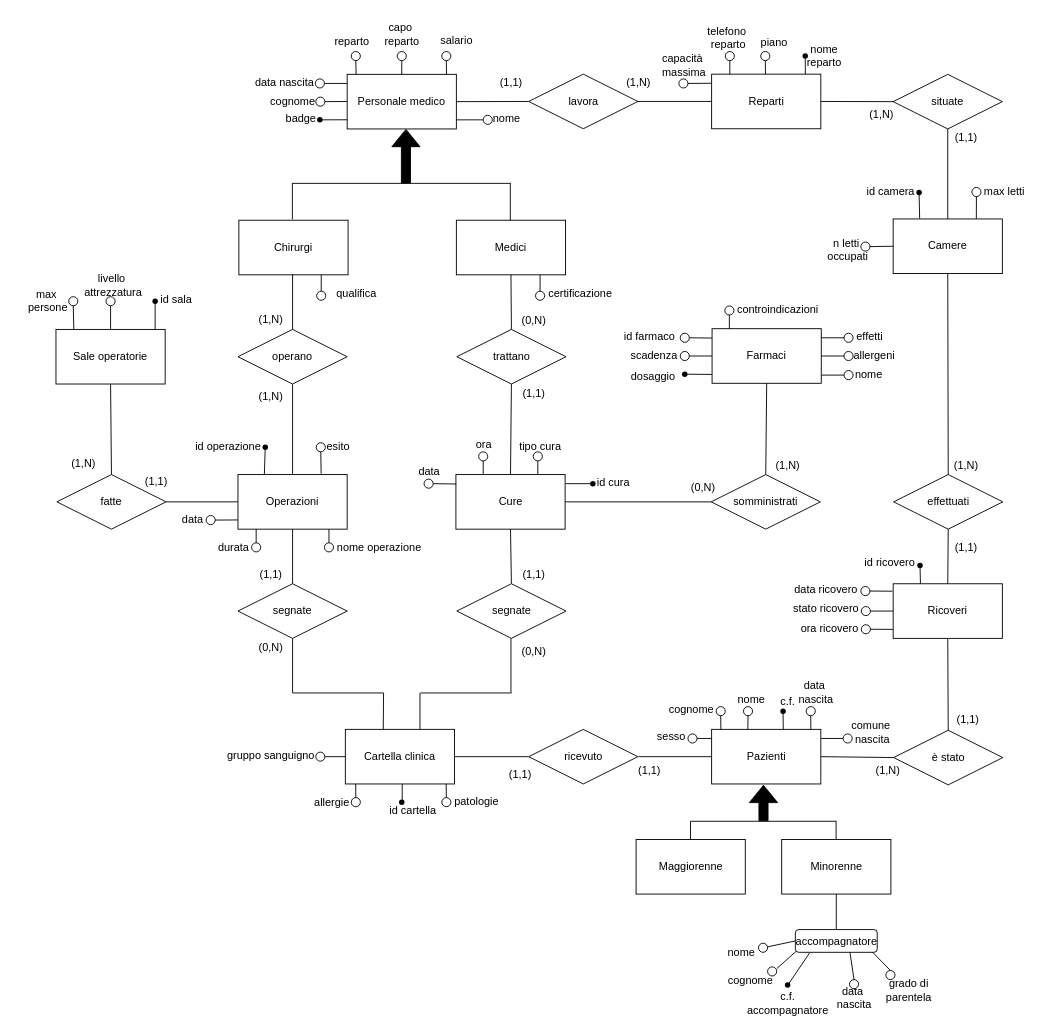
The draw.io diagram ER-conc.drawio in MicheleDioli/UniPD-database-project-2024, before the edit. Source tidied: cells renumbered, new cells numbered last; positions are measured from the earlier drawing's top-left corner, leaving out a move shared by most shapes. Both pictures are drawn from the tidied source at 91%, with x=0, y=0 at pixel (15, 15).
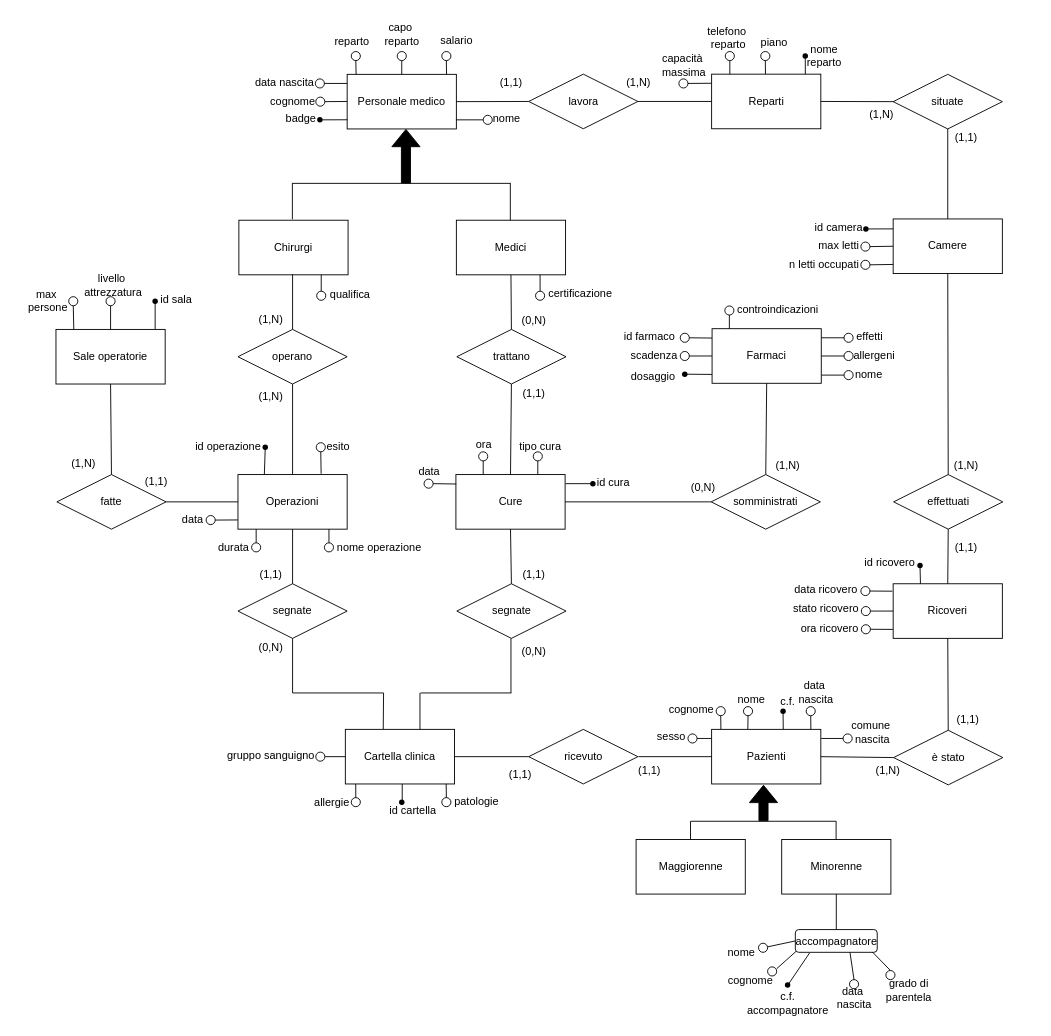
The same diagram, later.

The change refers to these unchanged cells:
```xml
<mxCell id="9" value="Camere" style="rounded=0;whiteSpace=wrap;html=1;" parent="1" vertex="1">
  <mxGeometry x="964" y="223.1" width="120" height="60" as="geometry" />
</mxCell>
```

Diff of the diagram source:
```diff
@@
     <mxCell id="27" value="id camera" style="text;html=1;align=center;verticalAlign=middle;strokeColor=none;fillColor=none;" parent="1" vertex="1">
-      <mxGeometry x="921" y="177.5" width="80" height="30" as="geometry" />
+      <mxGeometry x="863.5" y="218.1" width="80" height="30" as="geometry" />
     </mxCell>
-    <mxCell id="28" value="n letti&amp;nbsp;&lt;div&gt;occupati&lt;/div&gt;" style="text;html=1;align=center;verticalAlign=middle;strokeColor=none;fillColor=none;" parent="1" vertex="1">
-      <mxGeometry x="879" y="236.5" width="70" height="40" as="geometry" />
+    <mxCell id="28" value="n letti occupati" style="text;html=1;align=center;verticalAlign=middle;strokeColor=none;fillColor=none;" parent="1" vertex="1">
+      <mxGeometry x="838" y="258.5" width="100" height="30" as="geometry" />
     </mxCell>
@@
     <mxCell id="53" style="ellipse;whiteSpace=wrap;html=1;" parent="1" vertex="1">
-      <mxGeometry x="928.5" y="248.5" width="10" height="10" as="geometry" />
+      <mxGeometry x="928.5" y="268.5" width="10" height="10" as="geometry" />
     </mxCell>
@@
     <mxCell id="93" value="max letti" style="text;html=1;align=center;verticalAlign=middle;strokeColor=none;fillColor=none;" parent="1" vertex="1">
-      <mxGeometry x="1050.5" y="177.5" width="70" height="30" as="geometry" />
+      <mxGeometry x="869" y="238.1" width="70" height="30" as="geometry" />
     </mxCell>
@@
     <mxCell id="113" value="qualifica" style="text;html=1;align=center;verticalAlign=middle;strokeColor=none;fillColor=none;" parent="1" vertex="1">
-      <mxGeometry x="338.5" y="290" width="70" height="30" as="geometry" />
+      <mxGeometry x="331.5" y="291" width="70" height="30" as="geometry" />
     </mxCell>
@@
     <mxCell id="212" style="ellipse;whiteSpace=wrap;html=1;" parent="1" vertex="1">
-      <mxGeometry x="1050.5" y="188.5" width="10" height="10" as="geometry" />
+      <mxGeometry x="928.5" y="248.5" width="10" height="10" as="geometry" />
     </mxCell>
     <mxCell id="213" style="shape=waypoint;sketch=0;fillStyle=solid;size=6;points=[];fillColor=none;perimeter=centerPerimeter;snapToPoint=1;" parent="1" vertex="1">
-      <mxGeometry x="982.5" y="184" width="20" height="20" as="geometry" />
+      <mxGeometry x="924" y="224.1" width="20" height="20" as="geometry" />
     </mxCell>
-    <mxCell id="214" style="endArrow=none;html=1;rounded=0;exitX=0;exitY=0.5;exitDx=0;exitDy=0;entryX=1;entryY=0.5;entryDx=0;entryDy=0;" parent="1" edge="1" source="9" target="53">
-      <mxGeometry relative="1" as="geometry" />
+    <mxCell id="214" style="endArrow=none;html=1;rounded=0;exitX=0;exitY=0.5;exitDx=0;exitDy=0;entryX=1;entryY=0.5;entryDx=0;entryDy=0;" parent="1" edge="1" target="53">
+      <mxGeometry relative="1" as="geometry">
+        <mxPoint x="964" y="273.1" as="sourcePoint" />
+      </mxGeometry>
     </mxCell>
-    <mxCell id="215" style="endArrow=none;html=1;rounded=0;exitX=0.093;exitY=-0.008;exitDx=0;exitDy=0;entryX=0.604;entryY=0.415;entryDx=0;entryDy=0;entryPerimeter=0;exitPerimeter=0;" parent="1" edge="1" target="213">
-      <mxGeometry relative="1" as="geometry">
-        <mxPoint x="993.1" y="222.6" as="sourcePoint" />
-      </mxGeometry>
-    </mxCell>
-    <mxCell id="216" style="endArrow=none;html=1;rounded=0;exitX=0.912;exitY=-0.002;exitDx=0;exitDy=0;exitPerimeter=0;entryX=0.5;entryY=1;entryDx=0;entryDy=0;" parent="1" edge="1" target="212">
-      <mxGeometry relative="1" as="geometry">
-        <mxPoint x="1055.4" y="223" as="sourcePoint" />
-      </mxGeometry>
+    <mxCell id="216" style="endArrow=none;html=1;rounded=0;exitX=0;exitY=0.5;exitDx=0;exitDy=0;entryX=1;entryY=0.5;entryDx=0;entryDy=0;" parent="1" edge="1" source="9" target="212">
+      <mxGeometry relative="1" as="geometry" />
     </mxCell>
@@
+    <mxCell id="249" style="endArrow=none;html=1;rounded=0;" parent="1" edge="1" source="213">
+      <mxGeometry relative="1" as="geometry">
+        <mxPoint x="964" y="234" as="targetPoint" />
+      </mxGeometry>
+    </mxCell>
```
